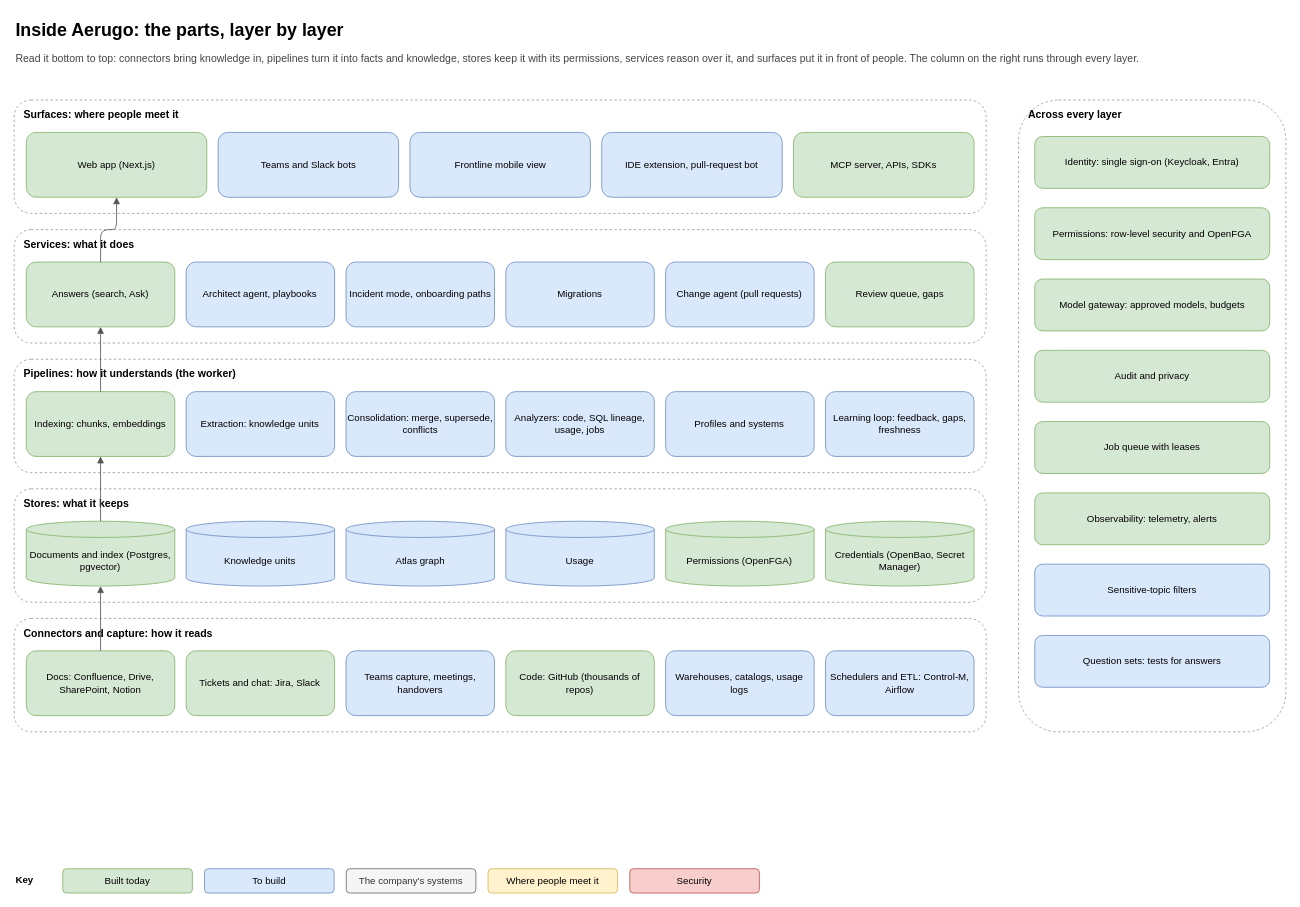
This is page "2. Components" (2 of 10) of docs/architecture/aerugo-architecture.drawio from aerugo-hq/aerugo-self-host, a draw.io file, before an edit. Source tidied: cells renumbered, new cells numbered last; positions are measured from the earlier drawing's top-left corner, leaving out a move shared by most shapes. Both pictures are drawn from the tidied source at 81%, with x=0, y=0 at pixel (14, 14).
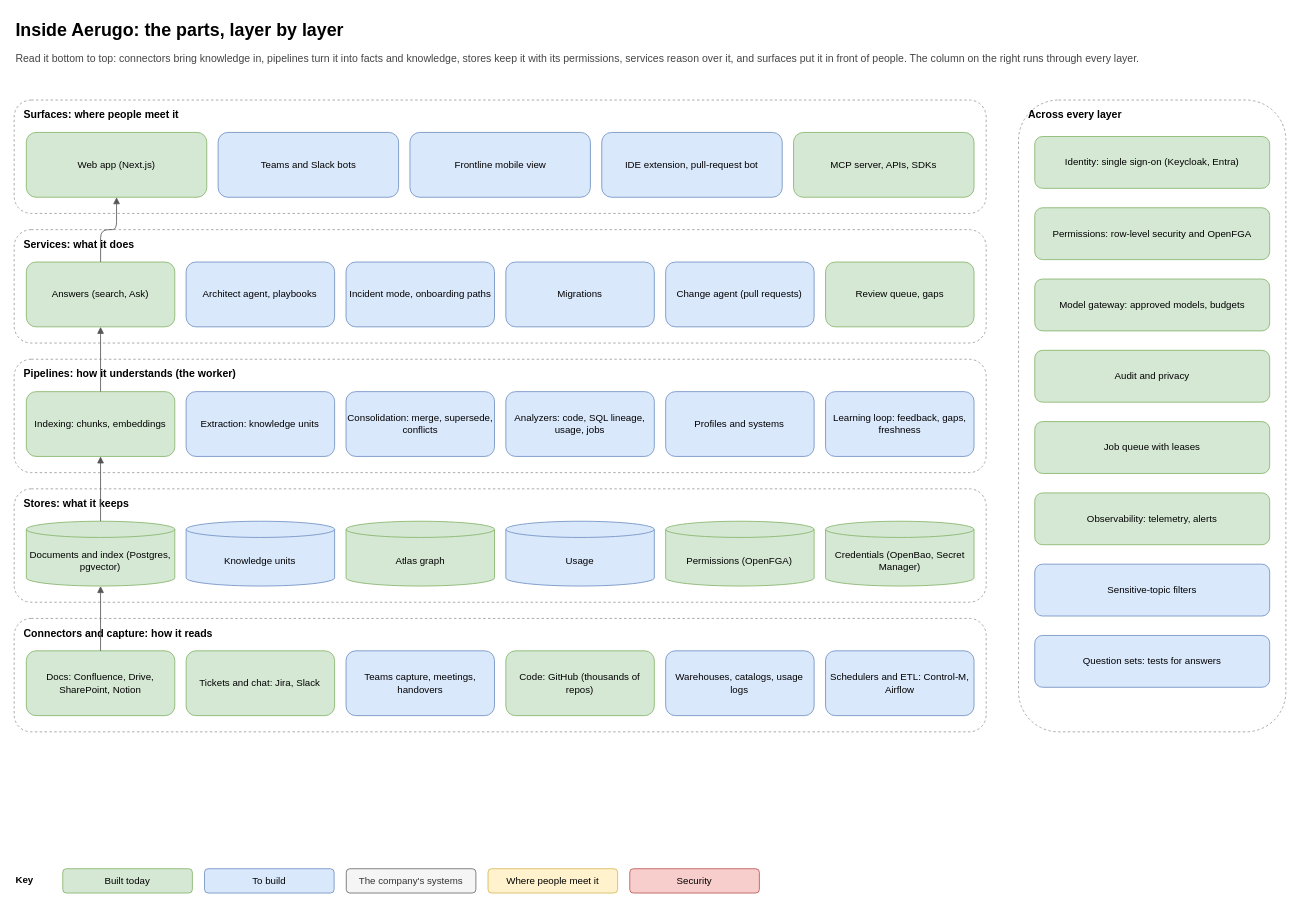
The same page after the edit.

Commit message (it also covers changes not shown here):
F10a: search's hops name the caller's teams too, and the Atlas's store is built on the diagram

What changed in the source:
```diff
@@
-    <mxCell id="27" value="Atlas graph" style="shape=cylinder3;whiteSpace=wrap;html=1;boundedLbl=1;backgroundOutline=1;size=10;fillColor=#dae8fc;strokeColor=#6c8ebf;fontSize=12;" parent="1" vertex="1">
+    <mxCell id="27" value="Atlas graph" style="shape=cylinder3;whiteSpace=wrap;html=1;boundedLbl=1;backgroundOutline=1;size=10;fillColor=#d5e8d4;strokeColor=#82b366;fontSize=12;" parent="1" vertex="1">
       <mxGeometry x="409.7" y="626" width="183.3" height="80" as="geometry" />
     </mxCell>
```
